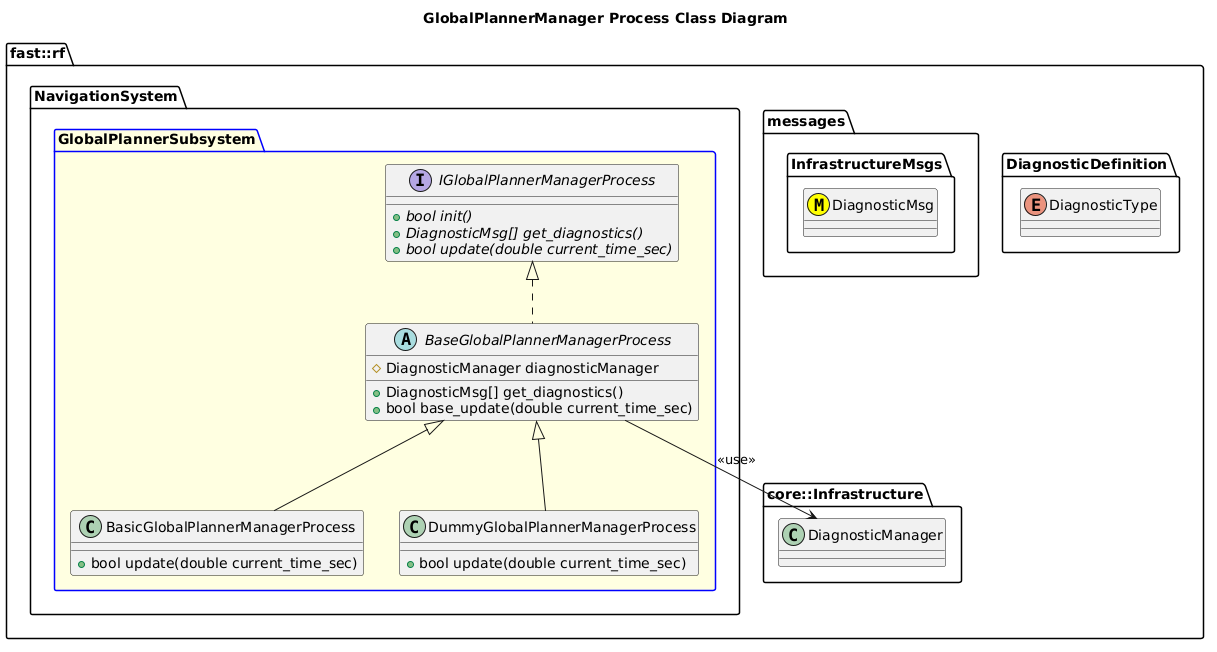
The PlantUML diagram Systems/Navigation/Subsystems/GlobalPlanner/Processes/GlobalPlannerManager/doc/puml/GlobalPlannerManagerProcessClassDiagram.png in fastrobotics/robot_framework, before a commit.
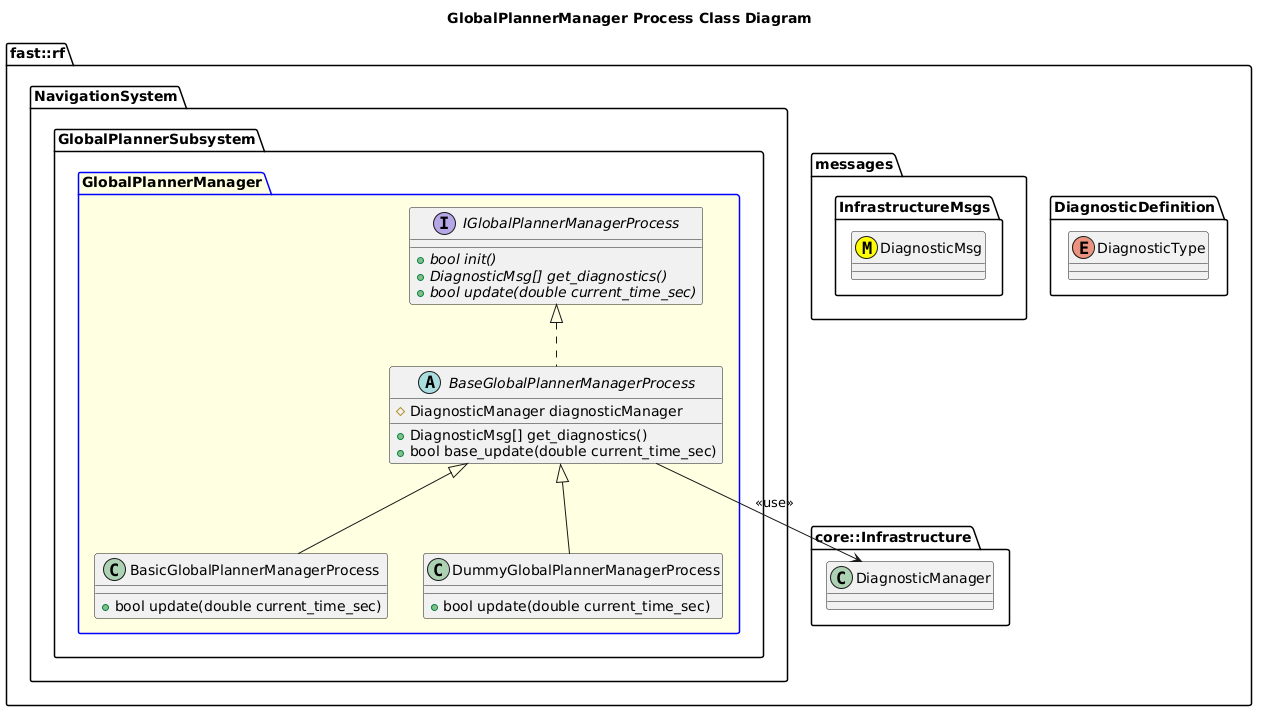
After the change.

Change to the diagram source:
```diff
@@ -14,7 +14,8 @@
     class DiagnosticManager
   }
   namespace NavigationSystem {
-    package GlobalPlannerSubsystem #LightYellow;line:blue {
+    namespace GlobalPlannerSubsystem {
+      package GlobalPlannerManager #LightYellow;line:blue {
         interface IGlobalPlannerManagerProcess  {
           +{abstract} bool init()
           +{abstract} DiagnosticMsg[] get_diagnostics()
@@ -36,6 +37,7 @@
           +bool update(double current_time_sec)
         }
         DummyGlobalPlannerManagerProcess -up-|> BaseGlobalPlannerManagerProcess
+      }
     }
   }
 }
```
